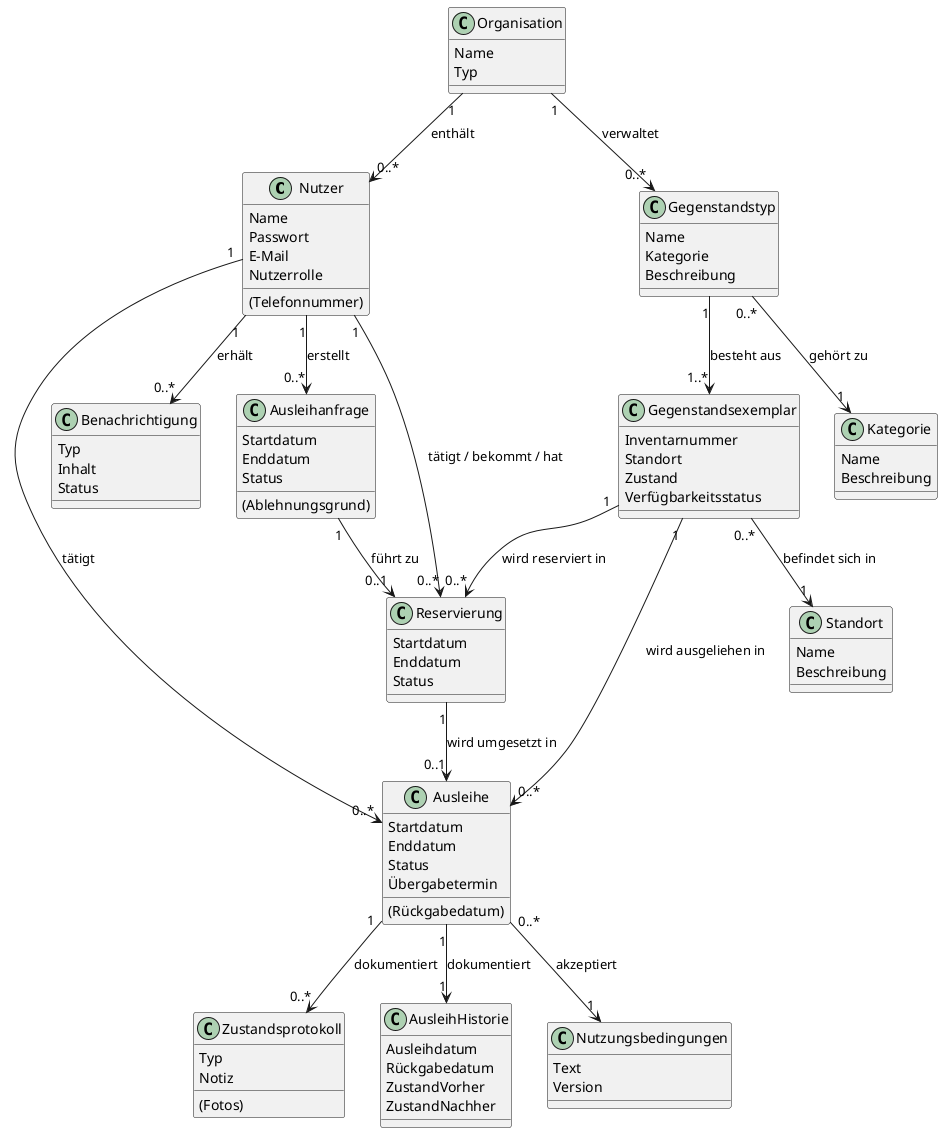
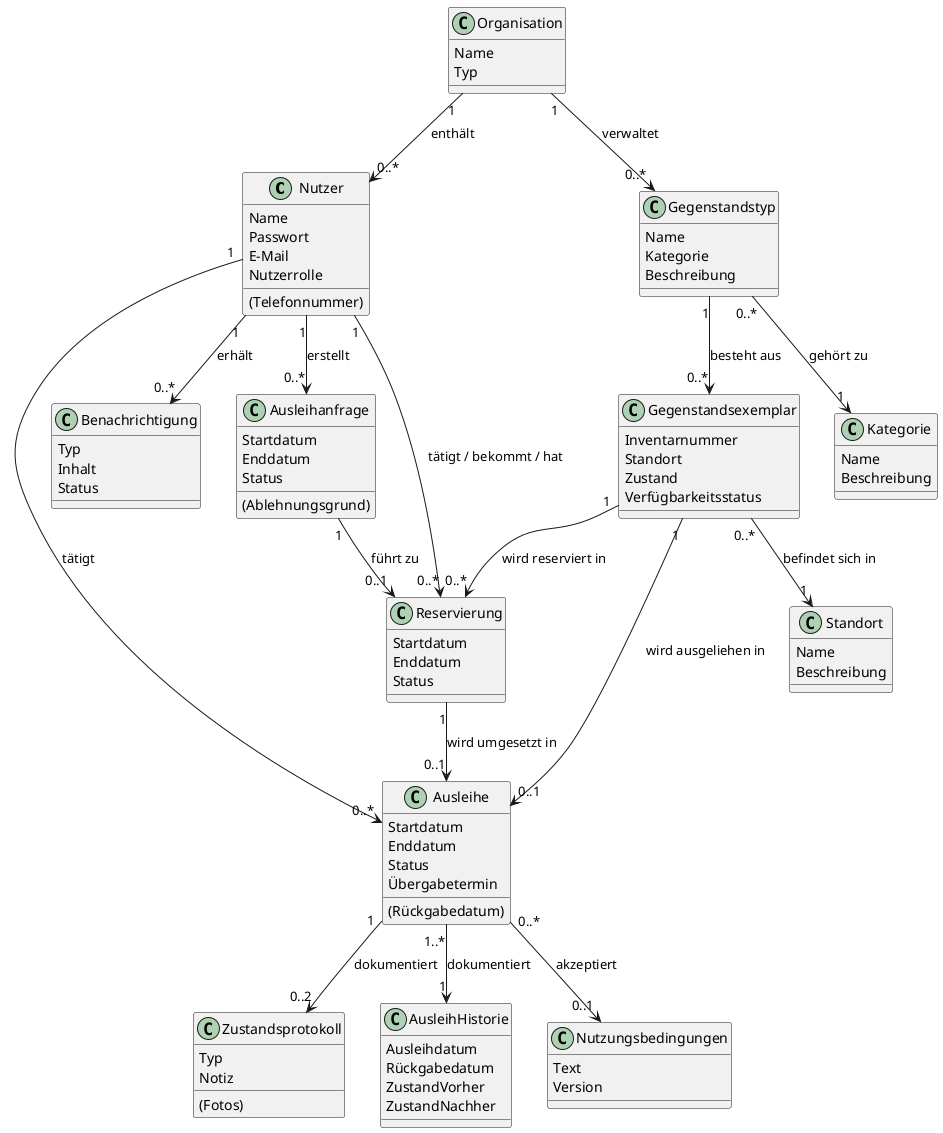
@startuml

class Nutzer {
  Name
  Passwort
  E-Mail
  (Telefonnummer)
  Nutzerrolle
}

class Organisation {
  Name
  Typ
}

class Gegenstandstyp {
  Name
  Kategorie
  Beschreibung
}

class Gegenstandsexemplar {
  Inventarnummer
  Standort
  Zustand
  Verfügbarkeitsstatus
}

class Ausleihanfrage {
  Startdatum
  Enddatum
  Status
  (Ablehnungsgrund)
}


class Ausleihe {
  Startdatum
  Enddatum
  Status
  Übergabetermin
  (Rückgabedatum)
}

class Reservierung {
  Startdatum
  Enddatum
  Status
}

class Zustandsprotokoll {
  Typ
  Notiz
  (Fotos)
}

class Benachrichtigung {
  Typ
  Inhalt
  Status
}



class AusleihHistorie {
  Ausleihdatum
  Rückgabedatum
  ZustandVorher
  ZustandNachher
}

class Standort {
  Name
  Beschreibung
}

class Kategorie {
  Name
  Beschreibung
}

class Nutzungsbedingungen {
  Text
  Version
}

Nutzer "1" --> "0..*" Ausleihanfrage : erstellt
Nutzer "1" --> "0..*" Ausleihe : tätigt
Nutzer "1" --> "0..*" Reservierung : tätigt / bekommt / hat
Organisation "1" --> "0..*" Nutzer : enthält
Organisation "1" --> "0..*" Gegenstandstyp : verwaltet
- Gegenstandstyp "1" --> "1..*" Gegenstandsexemplar : besteht aus
+ Gegenstandstyp "1" --> "0..*" Gegenstandsexemplar : besteht aus
Gegenstandsexemplar "1" --> "0..*" Reservierung : wird reserviert in
- Gegenstandsexemplar "1" --> "0..*" Ausleihe : wird ausgeliehen in
+ Gegenstandsexemplar "1" --> "0..1" Ausleihe : wird ausgeliehen in
Ausleihanfrage "1" --> "0..1" Reservierung : führt zu
Reservierung "1" --> "0..1" Ausleihe : wird umgesetzt in
- Ausleihe "1" --> "0..*" Zustandsprotokoll : dokumentiert
- Ausleihe "1" --> "1" AusleihHistorie : dokumentiert
+ Ausleihe "1" --> "0..2" Zustandsprotokoll : dokumentiert
+ Ausleihe "1..*" --> "1" AusleihHistorie : dokumentiert
Gegenstandstyp "0..*" --> "1" Kategorie : gehört zu
Gegenstandsexemplar "0..*" --> "1" Standort : befindet sich in
Nutzer "1" --> "0..*" Benachrichtigung : erhält
- Ausleihe "0..*" --> "1" Nutzungsbedingungen : akzeptiert
+ Ausleihe "0..*" --> "0..1" Nutzungsbedingungen : akzeptiert

@enduml